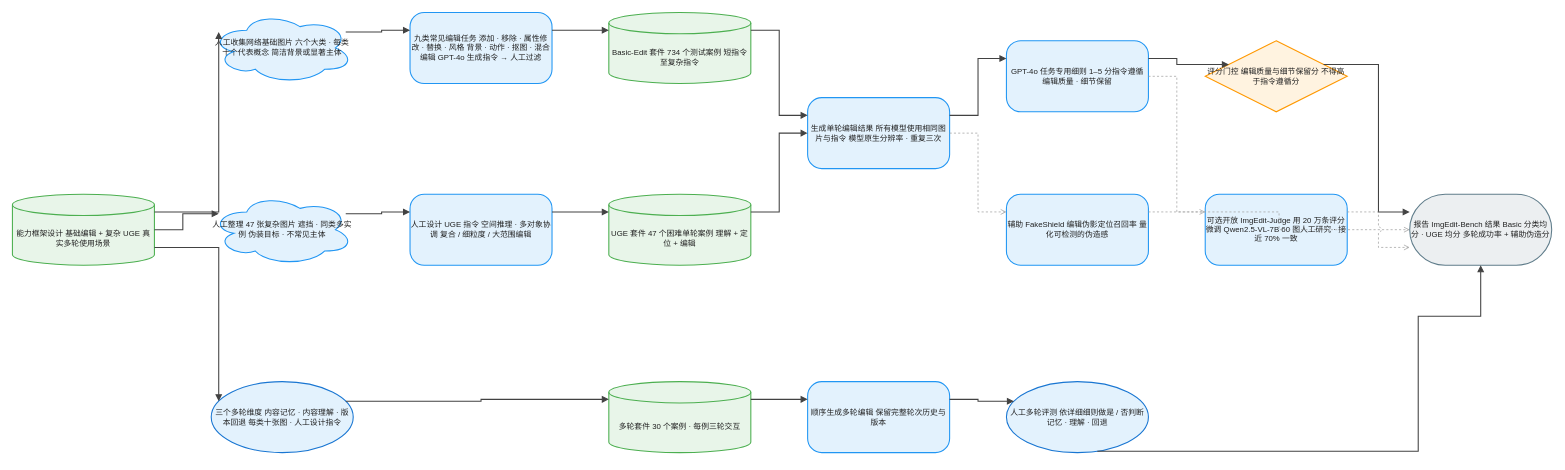
Above: client/public/drawio/ImgEdit-Bench/ImgEdit-Bench.zh.drawio in joe1chief/benchmark-hub (draw.io), before the change. Source tidied: cells renumbered, new cells numbered last; positions are measured from the earlier drawing's top-left corner, leaving out a move shared by most shapes. Both pictures are drawn from the tidied source at 71%, with x=0, y=0 at pixel (12, 12).
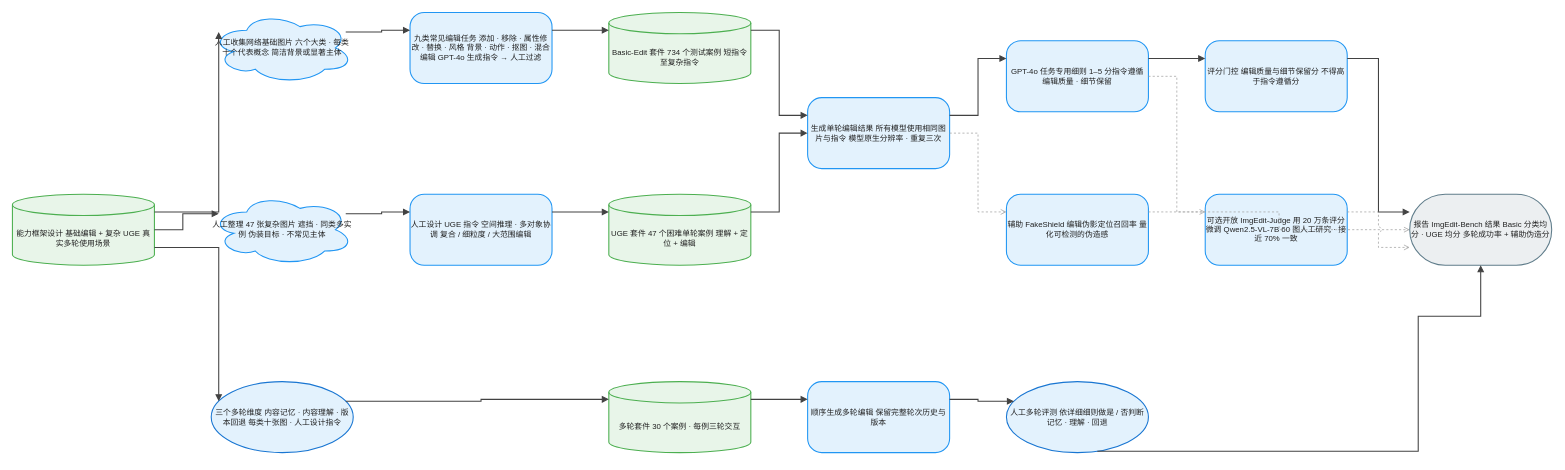
Above is the later version.

The edit, as a diff of the source:
```diff
@@
-    <mxCell id="14" value="评分门控 编辑质量与细节保留分 不得高于指令遵循分" style="rhombus;html=1;whiteSpace=wrap;fillColor=#FFF3E0;strokeColor=#FF9800;strokeWidth=1.5;fontColor=#212121;fontSize=11;fontFamily=Arial, Helvetica, sans-serif;verticalAlign=middle;align=center;" parent="1" vertex="1">
+    <mxCell id="14" value="评分门控 编辑质量与细节保留分 不得高于指令遵循分" style="rounded=1;arcSize=20;html=1;whiteSpace=wrap;fillColor=#E3F2FD;strokeColor=#2196F3;strokeWidth=1.5;fontColor=#212121;fontSize=11;fontFamily=Arial, Helvetica, sans-serif;verticalAlign=middle;align=center;" parent="1" vertex="1">
       <mxGeometry x="1680" y="40" width="200" height="100" as="geometry" />
     </mxCell>
```
